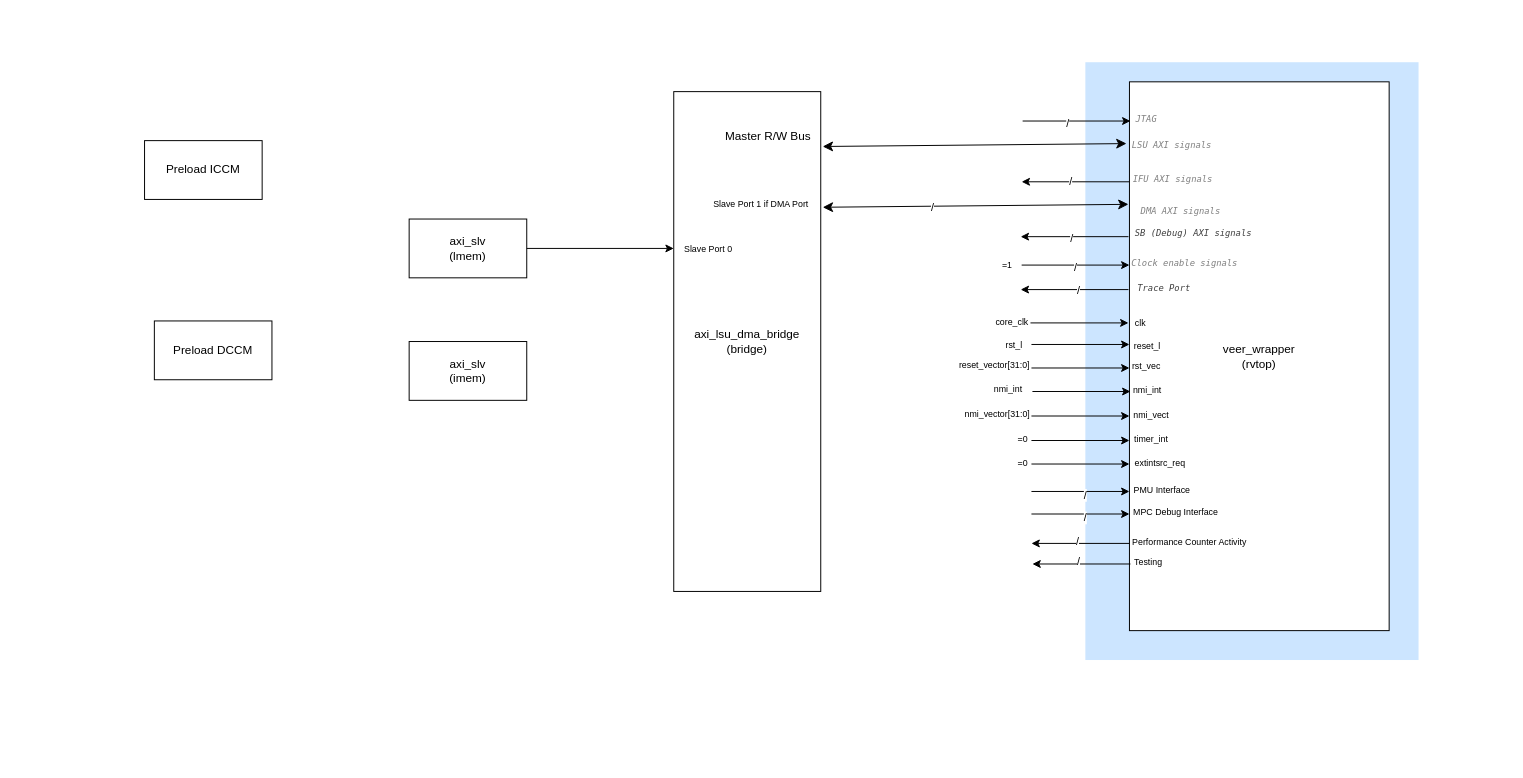
The draw.io diagram docs/blocks.drawio in WajahatRiaz/Cores-VeeR-EH1, before the edit. Source tidied: cells renumbered, new cells numbered last; positions are measured from the earlier drawing's top-left corner, leaving out a move shared by most shapes. Both pictures are drawn from the tidied source at 98%, with x=0, y=0 at pixel (144, 62).
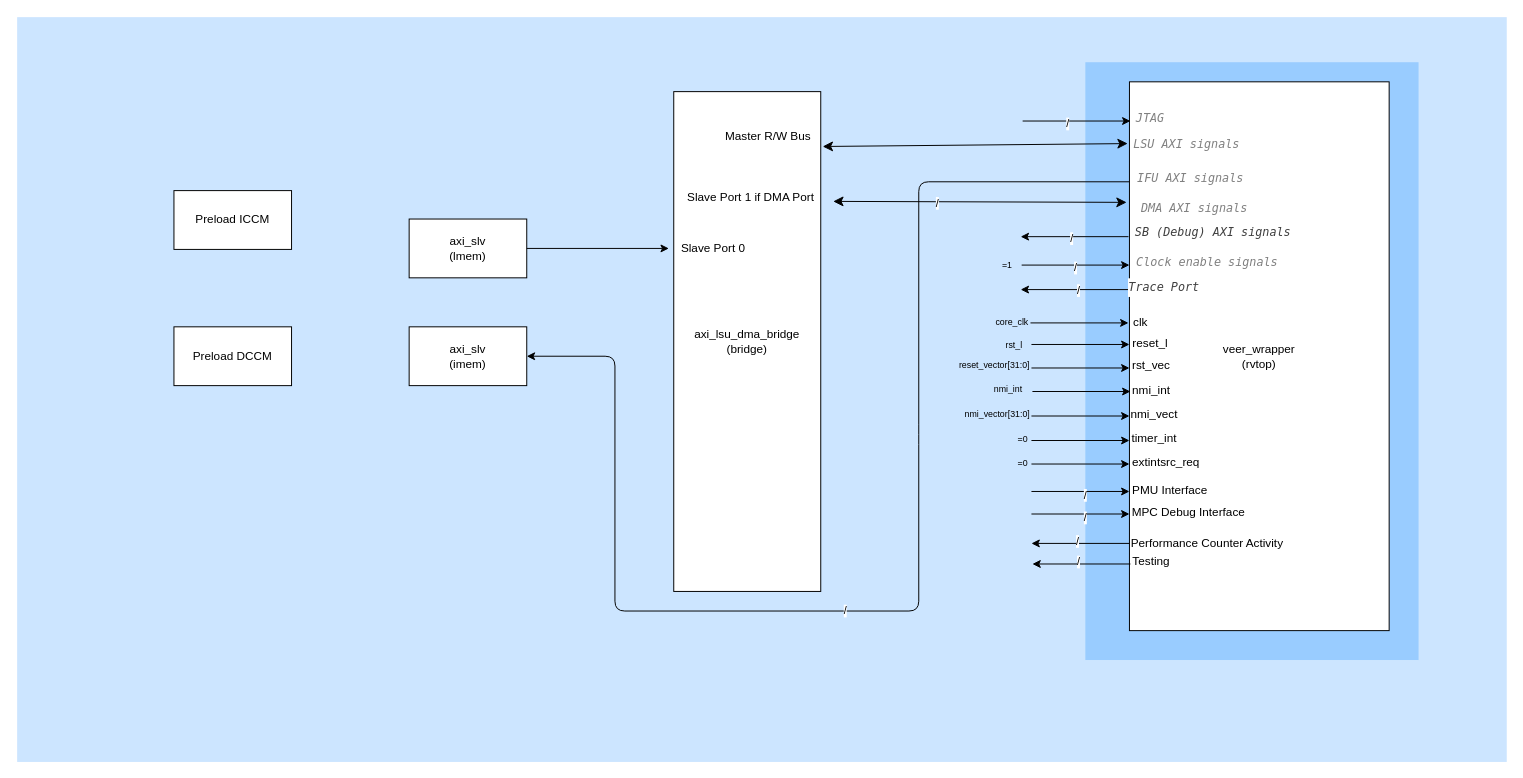
The same diagram, later.

The edit, as a diff of the source:
```diff
@@
+    <mxCell id="67" style="whiteSpace=wrap;html=1;strokeColor=none;fillColor=#CCE5FF;" parent="1" vertex="1">
+      <mxGeometry x="-130" y="-46" width="1520" height="760" as="geometry" />
+    </mxCell>
-    <mxCell id="2" style="whiteSpace=wrap;html=1;strokeColor=none;fillColor=#CCE5FF;" parent="1" vertex="1">
+    <mxCell id="2" style="whiteSpace=wrap;html=1;strokeColor=none;fillColor=#99CCFF;" parent="1" vertex="1">
       <mxGeometry x="960" width="340" height="610" as="geometry" />
     </mxCell>
@@
-    <mxCell id="4" value="&lt;div style=&quot;color: rgb(36, 41, 46); background-color: rgb(255, 255, 255); font-family: &amp;quot;Droid Sans Mono&amp;quot;, &amp;quot;monospace&amp;quot;, monospace; line-height: 19px; white-space-collapse: preserve;&quot;&gt;&lt;span style=&quot;color: rgb(128, 128, 128); font-style: italic;&quot;&gt;&lt;font style=&quot;font-size: 9px;&quot;&gt;LSU AXI signals&lt;/font&gt;&lt;/span&gt;&lt;/div&gt;" style="text;html=1;align=center;verticalAlign=middle;points=[];strokeColor=none;fillColor=none;" parent="1" vertex="1">
-      <mxGeometry x="998" y="69" width="100" height="30" as="geometry" />
+    <mxCell id="4" value="&lt;div style=&quot;color: rgb(36, 41, 46); background-color: rgb(255, 255, 255); font-family: &amp;quot;Droid Sans Mono&amp;quot;, &amp;quot;monospace&amp;quot;, monospace; line-height: 19px; white-space-collapse: preserve;&quot;&gt;&lt;span style=&quot;color: rgb(128, 128, 128); font-style: italic;&quot;&gt;&lt;font style=&quot;font-size: 12px;&quot;&gt;LSU AXI signals&lt;/font&gt;&lt;/span&gt;&lt;/div&gt;" style="text;html=1;align=center;verticalAlign=middle;points=[];strokeColor=none;fillColor=none;" parent="1" vertex="1">
+      <mxGeometry x="998" y="69" width="130" height="30" as="geometry" />
     </mxCell>
-    <mxCell id="5" style="edgeStyle=none;orthogonalLoop=1;jettySize=auto;html=1;" parent="1" edge="1">
+    <mxCell id="5" style="edgeStyle=none;jettySize=auto;html=1;entryX=1;entryY=0.5;entryDx=0;entryDy=0;" parent="1" edge="1" target="57">
       <mxGeometry relative="1" as="geometry">
         <mxPoint x="1005" y="122" as="sourcePoint" />
-        <mxPoint x="895" y="122" as="targetPoint" />
+        <Array as="points">
+          <mxPoint x="790" y="122" />
+          <mxPoint x="790" y="380" />
+          <mxPoint x="790" y="560" />
+          <mxPoint x="480" y="560" />
+          <mxPoint x="480" y="300" />
+        </Array>
       </mxGeometry>
     </mxCell>
@@
-    <mxCell id="7" value="&lt;div style=&quot;color: rgb(36, 41, 46); background-color: rgb(255, 255, 255); font-family: &amp;quot;Droid Sans Mono&amp;quot;, &amp;quot;monospace&amp;quot;, monospace; line-height: 19px; white-space-collapse: preserve;&quot;&gt;&lt;span style=&quot;color: rgb(128, 128, 128); font-style: italic;&quot;&gt;&lt;font style=&quot;font-size: 9px;&quot;&gt;IFU AXI signals&lt;/font&gt;&lt;/span&gt;&lt;/div&gt;" style="text;html=1;align=center;verticalAlign=middle;strokeColor=none;fillColor=none;" parent="1" vertex="1">
-      <mxGeometry x="999" y="104" width="100" height="30" as="geometry" />
+    <mxCell id="7" value="&lt;div style=&quot;color: rgb(36, 41, 46); background-color: rgb(255, 255, 255); font-family: &amp;quot;Droid Sans Mono&amp;quot;, &amp;quot;monospace&amp;quot;, monospace; line-height: 19px; white-space-collapse: preserve;&quot;&gt;&lt;span style=&quot;color: rgb(128, 128, 128); font-style: italic;&quot;&gt;&lt;font style=&quot;font-size: 12px;&quot;&gt;IFU AXI signals&lt;/font&gt;&lt;/span&gt;&lt;/div&gt;" style="text;html=1;align=center;verticalAlign=middle;strokeColor=none;fillColor=none;" parent="1" vertex="1">
+      <mxGeometry x="1002" y="104" width="130" height="30" as="geometry" />
     </mxCell>
-    <mxCell id="8" value="&lt;div style=&quot;color: rgb(36, 41, 46); background-color: rgb(255, 255, 255); font-family: &amp;quot;Droid Sans Mono&amp;quot;, &amp;quot;monospace&amp;quot;, monospace; line-height: 19px; white-space-collapse: preserve;&quot;&gt;&lt;span style=&quot;color: rgb(128, 128, 128); font-style: italic;&quot;&gt;&lt;font style=&quot;font-size: 9px;&quot;&gt;DMA AXI signals&lt;/font&gt;&lt;/span&gt;&lt;/div&gt;" style="text;html=1;align=center;verticalAlign=middle;points=[];strokeColor=none;fillColor=none;" parent="1" vertex="1">
-      <mxGeometry x="1007" y="136" width="100" height="30" as="geometry" />
+    <mxCell id="8" value="&lt;div style=&quot;color: rgb(36, 41, 46); background-color: rgb(255, 255, 255); font-family: &amp;quot;Droid Sans Mono&amp;quot;, &amp;quot;monospace&amp;quot;, monospace; line-height: 19px; white-space-collapse: preserve;&quot;&gt;&lt;span style=&quot;color: rgb(128, 128, 128); font-style: italic;&quot;&gt;&lt;font style=&quot;font-size: 12px;&quot;&gt;DMA AXI signals&lt;/font&gt;&lt;/span&gt;&lt;/div&gt;" style="text;html=1;align=center;verticalAlign=middle;points=[];strokeColor=none;fillColor=none;" parent="1" vertex="1">
+      <mxGeometry x="1006" y="134" width="130" height="30" as="geometry" />
     </mxCell>
@@
-    <mxCell id="11" value="&lt;div style=&quot;color: rgb(36, 41, 46); background-color: rgb(255, 255, 255); font-family: &amp;quot;Droid Sans Mono&amp;quot;, &amp;quot;monospace&amp;quot;, monospace; line-height: 19px; white-space-collapse: preserve;&quot;&gt;&lt;span style=&quot;color: rgb(63, 63, 63); font-size: 9px; font-style: italic;&quot;&gt;SB (Debug) AXI signals&lt;/span&gt;&lt;/div&gt;" style="text;html=1;align=center;verticalAlign=middle;strokeColor=none;fillColor=none;" parent="1" vertex="1">
-      <mxGeometry x="1000" y="159" width="140" height="30" as="geometry" />
+    <mxCell id="11" value="&lt;div style=&quot;color: rgb(36, 41, 46); background-color: rgb(255, 255, 255); font-family: &amp;quot;Droid Sans Mono&amp;quot;, &amp;quot;monospace&amp;quot;, monospace; line-height: 19px; white-space-collapse: preserve;&quot;&gt;&lt;span style=&quot;color: rgb(63, 63, 63); font-style: italic;&quot;&gt;&lt;font style=&quot;font-size: 12px;&quot;&gt;SB (Debug) AXI signals&lt;/font&gt;&lt;/span&gt;&lt;/div&gt;" style="text;html=1;align=center;verticalAlign=middle;strokeColor=none;fillColor=none;" parent="1" vertex="1">
+      <mxGeometry x="1000" y="159" width="180" height="30" as="geometry" />
     </mxCell>
@@
-    <mxCell id="13" value="&lt;font style=&quot;font-size: 9px;&quot;&gt;clk&lt;/font&gt;" style="text;html=1;align=center;verticalAlign=middle;strokeColor=none;fillColor=none;" parent="1" vertex="1">
-      <mxGeometry x="1001" y="251" width="30" height="30" as="geometry" />
+    <mxCell id="13" value="&lt;font style=&quot;font-size: 12px;&quot;&gt;clk&lt;/font&gt;" style="text;html=1;align=center;verticalAlign=middle;strokeColor=none;fillColor=none;" parent="1" vertex="1">
+      <mxGeometry x="996" y="251" width="40" height="30" as="geometry" />
     </mxCell>
@@
-    <mxCell id="15" value="&lt;font style=&quot;font-size: 9px;&quot;&gt;reset_l&lt;/font&gt;" style="text;html=1;align=center;verticalAlign=middle;strokeColor=none;fillColor=none;" parent="1" vertex="1">
-      <mxGeometry x="998" y="274" width="50" height="30" as="geometry" />
+    <mxCell id="15" value="&lt;font style=&quot;font-size: 12px;&quot;&gt;reset_l&lt;/font&gt;" style="text;html=1;align=center;verticalAlign=middle;strokeColor=none;fillColor=none;" parent="1" vertex="1">
+      <mxGeometry x="996" y="272" width="60" height="30" as="geometry" />
     </mxCell>
@@
-    <mxCell id="17" value="&lt;font style=&quot;font-size: 9px;&quot;&gt;rst_vec&lt;/font&gt;" style="text;html=1;align=center;verticalAlign=middle;strokeColor=none;fillColor=none;" parent="1" vertex="1">
-      <mxGeometry x="997" y="295" width="50" height="30" as="geometry" />
+    <mxCell id="17" value="&lt;font style=&quot;font-size: 12px;&quot;&gt;rst_vec&lt;/font&gt;" style="text;html=1;align=center;verticalAlign=middle;strokeColor=none;fillColor=none;" parent="1" vertex="1">
+      <mxGeometry x="997" y="295" width="60" height="30" as="geometry" />
     </mxCell>
@@
-    <mxCell id="19" value="&lt;font style=&quot;font-size: 9px;&quot;&gt;nmi_int&lt;/font&gt;" style="text;html=1;align=center;verticalAlign=middle;strokeColor=none;fillColor=none;" parent="1" vertex="1">
-      <mxGeometry x="998" y="319" width="50" height="30" as="geometry" />
+    <mxCell id="19" value="&lt;font style=&quot;font-size: 12px;&quot;&gt;nmi_int&lt;/font&gt;" style="text;html=1;align=center;verticalAlign=middle;strokeColor=none;fillColor=none;" parent="1" vertex="1">
+      <mxGeometry x="997" y="320" width="60" height="30" as="geometry" />
     </mxCell>
@@
-    <mxCell id="21" value="&lt;font style=&quot;font-size: 9px;&quot;&gt;nmi_vect&lt;/font&gt;" style="text;html=1;align=center;verticalAlign=middle;strokeColor=none;fillColor=none;" parent="1" vertex="1">
-      <mxGeometry x="997" y="345" width="60" height="30" as="geometry" />
+    <mxCell id="21" value="&lt;font style=&quot;font-size: 12px;&quot;&gt;nmi_vect&lt;/font&gt;" style="text;html=1;align=center;verticalAlign=middle;strokeColor=none;fillColor=none;" parent="1" vertex="1">
+      <mxGeometry x="995" y="345" width="70" height="30" as="geometry" />
     </mxCell>
@@
-    <mxCell id="29" value="&lt;div style=&quot;color: rgb(36, 41, 46); background-color: rgb(255, 255, 255); font-family: &amp;quot;Droid Sans Mono&amp;quot;, &amp;quot;monospace&amp;quot;, monospace; line-height: 19px; white-space-collapse: preserve;&quot;&gt;&lt;span style=&quot;color: rgb(128, 128, 128); font-style: italic;&quot;&gt;&lt;font style=&quot;font-size: 9px;&quot;&gt;JTAG&lt;/font&gt;&lt;/span&gt;&lt;/div&gt;" style="text;html=1;align=center;verticalAlign=middle;strokeColor=none;fillColor=none;" parent="1" vertex="1">
-      <mxGeometry x="997" y="42" width="50" height="30" as="geometry" />
+    <mxCell id="29" value="&lt;div style=&quot;color: rgb(36, 41, 46); background-color: rgb(255, 255, 255); font-family: &amp;quot;Droid Sans Mono&amp;quot;, &amp;quot;monospace&amp;quot;, monospace; line-height: 19px; white-space-collapse: preserve;&quot;&gt;&lt;span style=&quot;color: rgb(128, 128, 128); font-style: italic;&quot;&gt;&lt;font style=&quot;font-size: 12px;&quot;&gt;JTAG&lt;/font&gt;&lt;/span&gt;&lt;/div&gt;" style="text;html=1;align=center;verticalAlign=middle;strokeColor=none;fillColor=none;" parent="1" vertex="1">
+      <mxGeometry x="1001" y="42" width="50" height="30" as="geometry" />
     </mxCell>
@@
-    <mxCell id="32" value="&lt;div style=&quot;color: rgb(36, 41, 46); background-color: rgb(255, 255, 255); font-family: &amp;quot;Droid Sans Mono&amp;quot;, &amp;quot;monospace&amp;quot;, monospace; line-height: 19px; white-space-collapse: preserve;&quot;&gt;&lt;span style=&quot;color: rgb(128, 128, 128); font-style: italic;&quot;&gt;&lt;font style=&quot;font-size: 9px;&quot;&gt;Clock enable signals&lt;/font&gt;&lt;/span&gt;&lt;/div&gt;" style="text;html=1;align=center;verticalAlign=middle;strokeColor=none;fillColor=none;" parent="1" vertex="1">
-      <mxGeometry x="996" y="189" width="130" height="30" as="geometry" />
+    <mxCell id="32" value="&lt;div style=&quot;color: rgb(36, 41, 46); background-color: rgb(255, 255, 255); font-family: &amp;quot;Droid Sans Mono&amp;quot;, &amp;quot;monospace&amp;quot;, monospace; line-height: 19px; white-space-collapse: preserve;&quot;&gt;&lt;span style=&quot;color: rgb(128, 128, 128); font-style: italic;&quot;&gt;&lt;font style=&quot;font-size: 12px;&quot;&gt;Clock enable signals&lt;/font&gt;&lt;/span&gt;&lt;/div&gt;" style="text;html=1;align=center;verticalAlign=middle;strokeColor=none;fillColor=none;" parent="1" vertex="1">
+      <mxGeometry x="999" y="189" width="170" height="30" as="geometry" />
     </mxCell>
@@
-    <mxCell id="35" value="&lt;font style=&quot;font-size: 9px;&quot;&gt;timer_int&lt;/font&gt;" style="text;html=1;align=center;verticalAlign=middle;strokeColor=none;fillColor=none;" parent="1" vertex="1">
-      <mxGeometry x="997" y="369" width="60" height="30" as="geometry" />
+    <mxCell id="35" value="&lt;font style=&quot;font-size: 12px;&quot;&gt;timer_int&lt;/font&gt;" style="text;html=1;align=center;verticalAlign=middle;strokeColor=none;fillColor=none;" parent="1" vertex="1">
+      <mxGeometry x="995" y="369" width="70" height="30" as="geometry" />
     </mxCell>
@@
-    <mxCell id="38" value="&lt;font style=&quot;font-size: 9px;&quot;&gt;extintsrc_req&lt;/font&gt;" style="text;html=1;align=center;verticalAlign=middle;strokeColor=none;fillColor=none;" parent="1" vertex="1">
-      <mxGeometry x="996" y="393" width="80" height="30" as="geometry" />
+    <mxCell id="38" value="&lt;font style=&quot;font-size: 12px;&quot;&gt;extintsrc_req&lt;/font&gt;" style="text;html=1;align=center;verticalAlign=middle;strokeColor=none;fillColor=none;" parent="1" vertex="1">
+      <mxGeometry x="997" y="393" width="90" height="30" as="geometry" />
     </mxCell>
@@
-    <mxCell id="42" value="&lt;div style=&quot;color: rgb(36, 41, 46); background-color: rgb(255, 255, 255); font-family: &amp;quot;Droid Sans Mono&amp;quot;, &amp;quot;monospace&amp;quot;, monospace; line-height: 19px; white-space-collapse: preserve;&quot;&gt;&lt;span style=&quot;color: rgb(63, 63, 63); font-size: 9px; font-style: italic;&quot;&gt;Trace Port&lt;/span&gt;&lt;/div&gt;" style="text;html=1;align=center;verticalAlign=middle;strokeColor=none;fillColor=none;" parent="1" vertex="1">
-      <mxGeometry x="1000" y="215" width="80" height="30" as="geometry" />
+    <mxCell id="42" value="&lt;p style=&quot;color: light-dark(rgb(36, 41, 46), rgb(199, 203, 207)); background-color: light-dark(rgb(255, 255, 255), rgb(18, 18, 18)); font-family: &amp;quot;Droid Sans Mono&amp;quot;, &amp;quot;monospace&amp;quot;, monospace; line-height: 19px; white-space-collapse: preserve;&quot;&gt;&lt;span style=&quot;color: rgb(63, 63, 63); font-style: italic;&quot;&gt;&lt;font style=&quot;font-size: 12px;&quot;&gt;Trace Port&lt;/font&gt;&lt;/span&gt;&lt;/p&gt;" style="text;html=1;align=center;verticalAlign=middle;strokeColor=none;fillColor=none;" parent="1" vertex="1">
+      <mxGeometry x="990" y="200" width="100" height="60" as="geometry" />
     </mxCell>
@@
-    <mxCell id="45" value="&lt;font style=&quot;font-size: 9px;&quot;&gt;MPC Debug Interface&lt;/font&gt;" style="text;html=1;align=center;verticalAlign=middle;strokeColor=none;fillColor=none;" parent="1" vertex="1">
-      <mxGeometry x="997" y="444" width="110" height="30" as="geometry" />
+    <mxCell id="45" value="&lt;font style=&quot;font-size: 12px;&quot;&gt;MPC Debug Interface&lt;/font&gt;" style="text;html=1;align=center;verticalAlign=middle;strokeColor=none;fillColor=none;" parent="1" vertex="1">
+      <mxGeometry x="995" y="445" width="140" height="30" as="geometry" />
     </mxCell>
@@
-    <mxCell id="48" value="&lt;font style=&quot;font-size: 9px;&quot;&gt;PMU Interface&lt;/font&gt;" style="text;html=1;align=center;verticalAlign=middle;strokeColor=none;fillColor=none;" parent="1" vertex="1">
-      <mxGeometry x="998" y="421" width="80" height="30" as="geometry" />
+    <mxCell id="48" value="&lt;font style=&quot;font-size: 12px;&quot;&gt;PMU Interface&lt;/font&gt;" style="text;html=1;align=center;verticalAlign=middle;strokeColor=none;fillColor=none;" parent="1" vertex="1">
+      <mxGeometry x="996" y="422" width="100" height="30" as="geometry" />
     </mxCell>
@@
-    <mxCell id="51" value="&lt;font style=&quot;font-size: 9px;&quot;&gt;Performance Counter Activity&lt;/font&gt;" style="text;html=1;align=center;verticalAlign=middle;strokeColor=none;fillColor=none;" parent="1" vertex="1">
-      <mxGeometry x="996" y="474" width="140" height="30" as="geometry" />
+    <mxCell id="51" value="&lt;font style=&quot;font-size: 12px;&quot;&gt;Performance Counter Activity&lt;/font&gt;" style="text;html=1;align=center;verticalAlign=middle;strokeColor=none;fillColor=none;" parent="1" vertex="1">
+      <mxGeometry x="994" y="476" width="180" height="30" as="geometry" />
     </mxCell>
@@
-    <mxCell id="54" value="&lt;font style=&quot;font-size: 9px;&quot;&gt;Testing&lt;/font&gt;" style="text;html=1;align=center;verticalAlign=middle;strokeColor=none;fillColor=none;" parent="1" vertex="1">
-      <mxGeometry x="999" y="495" width="50" height="30" as="geometry" />
+    <mxCell id="54" value="&lt;font style=&quot;font-size: 12px;&quot;&gt;Testing&lt;/font&gt;" style="text;html=1;align=center;verticalAlign=middle;strokeColor=none;fillColor=none;" parent="1" vertex="1">
+      <mxGeometry x="997" y="495" width="60" height="30" as="geometry" />
     </mxCell>
@@
     <mxCell id="57" value="&lt;span style=&quot;color: rgb(0, 0, 0); text-wrap-mode: nowrap;&quot;&gt;axi_slv&lt;/span&gt;&lt;div style=&quot;text-wrap-mode: nowrap;&quot;&gt;(imem)&lt;/div&gt;" style="whiteSpace=wrap;html=1;" parent="1" vertex="1">
-      <mxGeometry x="270" y="285" width="120" height="60" as="geometry" />
+      <mxGeometry x="270" y="270" width="120" height="60" as="geometry" />
     </mxCell>
     <mxCell id="58" value="&lt;span style=&quot;text-wrap-mode: nowrap;&quot;&gt;Preload ICCM&lt;/span&gt;" style="whiteSpace=wrap;html=1;" parent="1" vertex="1">
-      <mxGeometry y="80" width="120" height="60" as="geometry" />
+      <mxGeometry x="30" y="131" width="120" height="60" as="geometry" />
     </mxCell>
     <mxCell id="59" value="&lt;span style=&quot;text-wrap-mode: nowrap;&quot;&gt;Preload DCCM&lt;/span&gt;" style="whiteSpace=wrap;html=1;" parent="1" vertex="1">
-      <mxGeometry x="10" y="264" width="120" height="60" as="geometry" />
+      <mxGeometry x="30" y="270" width="120" height="60" as="geometry" />
     </mxCell>
@@
-    <mxCell id="61" value="&lt;font style=&quot;font-size: 9px;&quot;&gt;Slave Port 0&lt;/font&gt;" style="text;html=1;align=center;verticalAlign=middle;points=[];strokeColor=none;fillColor=none;" parent="1" vertex="1">
-      <mxGeometry x="540" y="175" width="70" height="30" as="geometry" />
+    <mxCell id="61" value="&lt;font style=&quot;font-size: 12px;&quot;&gt;Slave Port 0&lt;/font&gt;" style="text;html=1;align=center;verticalAlign=middle;points=[];strokeColor=none;fillColor=none;" parent="1" vertex="1">
+      <mxGeometry x="535" y="175" width="90" height="30" as="geometry" />
     </mxCell>
-    <mxCell id="62" value="&lt;font style=&quot;font-size: 9px;&quot;&gt;Slave Port 1 if DMA Port&amp;nbsp;&lt;/font&gt;" style="text;html=1;align=center;verticalAlign=middle;points=[];strokeColor=none;fillColor=none;" parent="1" vertex="1">
-      <mxGeometry x="570" y="129" width="120" height="30" as="geometry" />
+    <mxCell id="62" value="&lt;font style=&quot;font-size: 12px;&quot;&gt;Slave Port 1 if DMA Port&amp;nbsp;&lt;/font&gt;" style="text;html=1;align=center;verticalAlign=middle;points=[];strokeColor=none;fillColor=none;" parent="1" vertex="1">
+      <mxGeometry x="540" y="123" width="160" height="30" as="geometry" />
     </mxCell>
@@
-    <mxCell id="66" value="Master R/W Bus" style="text;html=1;align=center;verticalAlign=middle;points=[];strokeColor=none;fillColor=none;" parent="1" vertex="1">
+    <mxCell id="66" value="&lt;font style=&quot;font-size: 12px;&quot;&gt;Master R/W Bus&lt;/font&gt;" style="text;html=1;align=center;verticalAlign=middle;points=[];strokeColor=none;fillColor=none;" parent="1" vertex="1">
       <mxGeometry x="581" y="61" width="110" height="30" as="geometry" />
     </mxCell>
```
